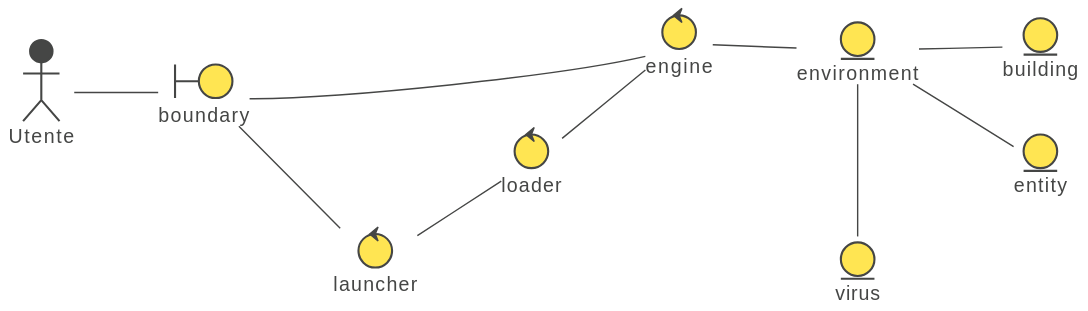
Above: doc/report/imgs/architecture.svg in VirusSpreadSimulator/PPS-22-virsim (PlantUML), before the change. Its diagram source:
```plantuml
@startuml
!theme vibrant
left to right direction



boundary boundary



control launcher
control engine
control loader



entity environment
entity virus
entity entity
entity building



actor Utente



Utente -- boundary
boundary -- launcher



loader -up- launcher
engine -up- loader



engine -left- boundary



engine -- environment
environment -right- virus
environment -- entity
environment -- building




launcher -[hidden]-> virus
loader -[hidden]-> entity
boundary -[hidden]-> loader
boundary -[hidden]-> engine



@enduml
```
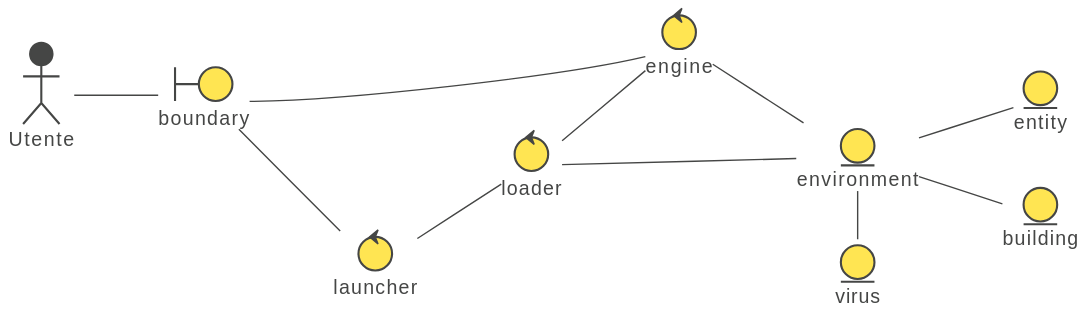
Above is the later version.

Commit message:
fix: fix architecture scheme

The edit, as a diff of the source:
```diff
@@ -2,56 +2,35 @@
 !theme vibrant
 left to right direction
 
-
-
 boundary boundary
-
-
 
 control launcher
 control engine
 control loader
-
-
 
 entity environment
 entity virus
 entity entity
 entity building
 
-
-
 actor Utente
-
-
 
 Utente -- boundary
 boundary -- launcher
 
-
-
 loader -up- launcher
+loader -- environment
 engine -up- loader
 
-
-
 engine -left- boundary
-
-
 
 engine -- environment
 environment -right- virus
 environment -- entity
 environment -- building
 
-
-
-
 launcher -[hidden]-> virus
-loader -[hidden]-> entity
 boundary -[hidden]-> loader
 boundary -[hidden]-> engine
 
-
-
 @enduml
```
